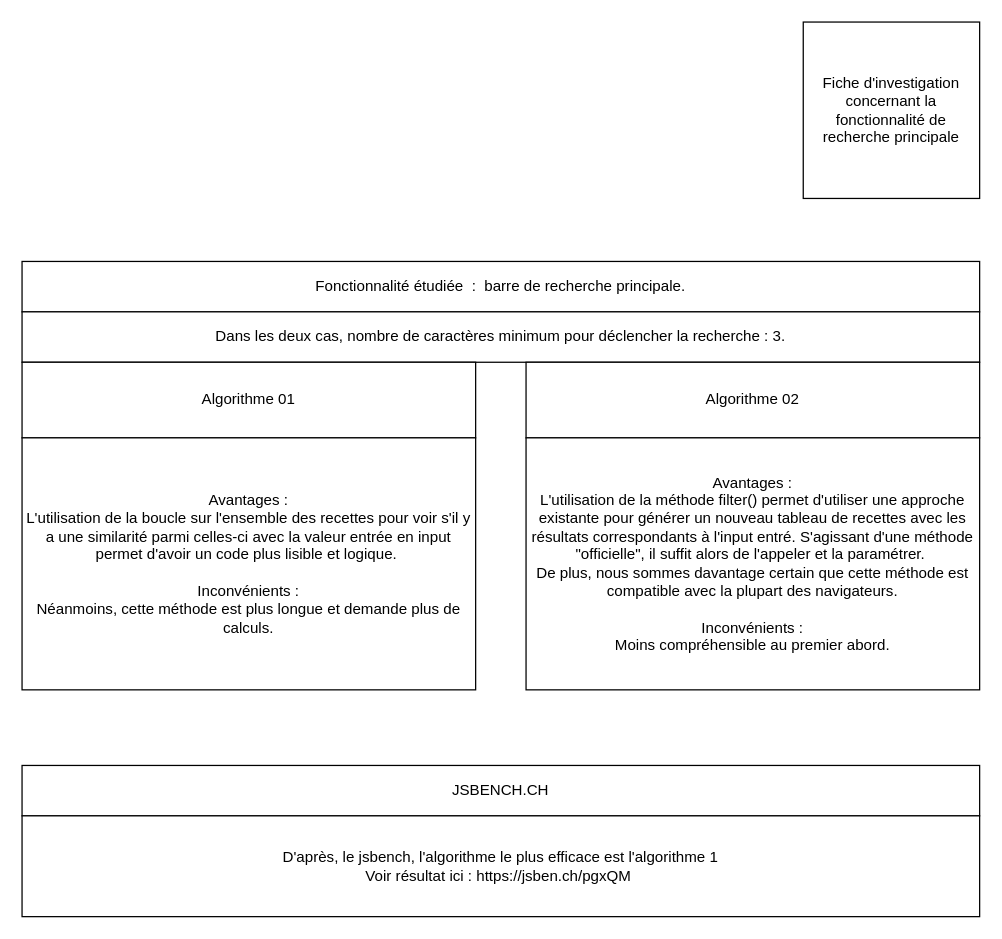
Above: page "Page-3" (3 of 3) of LesPetitsPlats_Algos.drawio in Adv13/LesPetitsPlats-Website (draw.io), before the change. Source tidied: cells renumbered, new cells numbered last; positions are measured from the earlier drawing's top-left corner, leaving out a move shared by most shapes. Both pictures are drawn from the tidied source at 126%, with x=0, y=0 at pixel (21, 21).
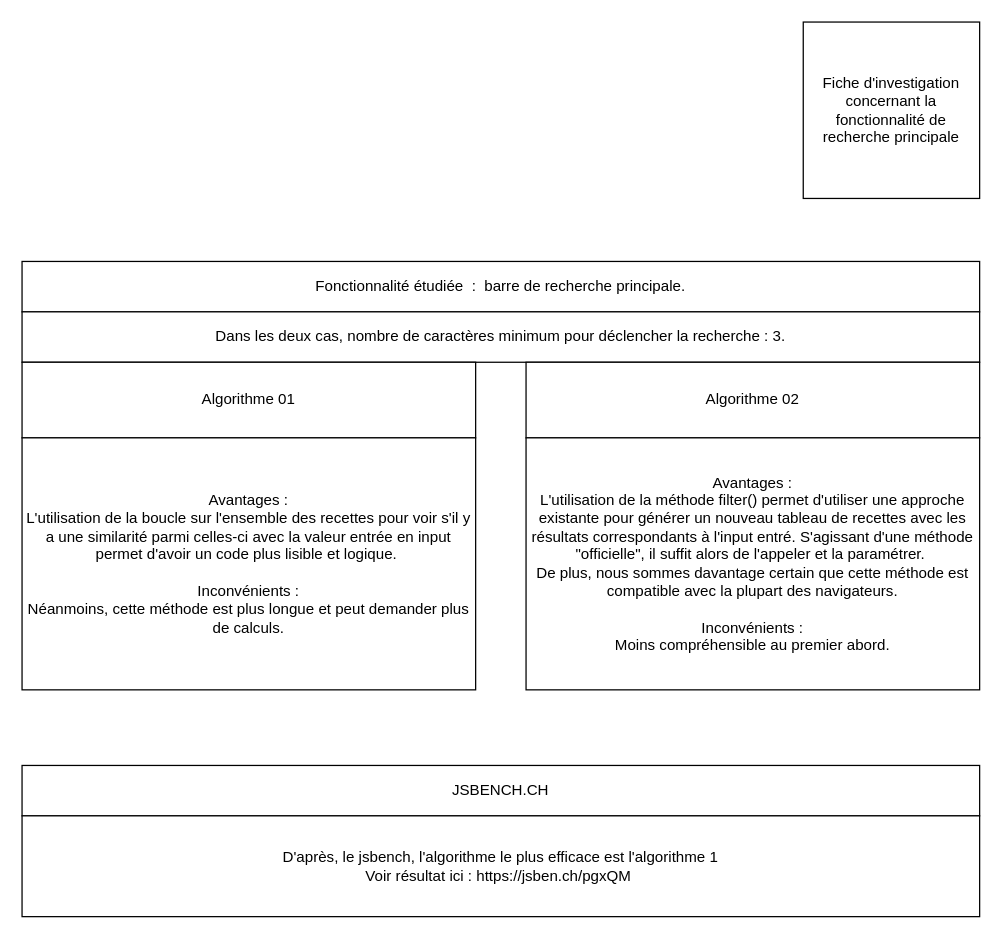
The same diagram, later.

The edit, as a diff of the source:
```diff
@@
 <mxGraphModel>
   <root>
     <mxCell id="0" />
     <mxCell id="1" parent="0" />
     <mxCell id="2" value="Fiche d'investigation concernant la fonctionnalité de recherche principale" style="whiteSpace=wrap;html=1;" parent="1" vertex="1">
       <mxGeometry x="620" width="140" height="140" as="geometry" />
     </mxCell>
     <mxCell id="3" value="Fonctionnalité étudiée&amp;nbsp; :&amp;nbsp; barre de recherche principale." style="rounded=0;whiteSpace=wrap;html=1;" parent="1" vertex="1">
       <mxGeometry y="190" width="760" height="40" as="geometry" />
     </mxCell>
     <mxCell id="4" value="Dans les deux cas, nombre de caractères minimum pour déclencher la recherche : 3." style="rounded=0;whiteSpace=wrap;html=1;" parent="1" vertex="1">
       <mxGeometry y="230" width="760" height="40" as="geometry" />
     </mxCell>
     <mxCell id="5" value="Algorithme 01" style="rounded=0;whiteSpace=wrap;html=1;" parent="1" vertex="1">
       <mxGeometry y="270" width="360" height="60" as="geometry" />
     </mxCell>
     <mxCell id="6" value="&lt;span&gt;Algorithme 02&lt;/span&gt;" style="rounded=0;whiteSpace=wrap;html=1;" parent="1" vertex="1">
       <mxGeometry x="400" y="270" width="360" height="60" as="geometry" />
     </mxCell>
-    <mxCell id="7" value="Avantages :&lt;br&gt;L'utilisation de la boucle sur l'ensemble des recettes pour voir s'il y a une similarité parmi celles-ci avec la valeur entrée en input permet d'avoir un code plus lisible et logique.&amp;nbsp;&lt;br&gt;&lt;br&gt;Inconvénients :&lt;br&gt;Néanmoins, cette méthode est plus longue et demande plus de calculs." style="rounded=0;whiteSpace=wrap;html=1;" parent="1" vertex="1">
+    <mxCell id="7" value="Avantages :&lt;br&gt;L'utilisation de la boucle sur l'ensemble des recettes pour voir s'il y a une similarité parmi celles-ci avec la valeur entrée en input permet d'avoir un code plus lisible et logique.&amp;nbsp;&lt;br&gt;&lt;br&gt;Inconvénients :&lt;br&gt;Néanmoins, cette méthode est plus longue et peut demander plus de calculs." style="rounded=0;whiteSpace=wrap;html=1;" parent="1" vertex="1">
       <mxGeometry y="330" width="360" height="200" as="geometry" />
     </mxCell>
     <mxCell id="8" value="Avantages :&lt;br&gt;L'utilisation de la méthode filter() permet d'utiliser une approche existante pour générer un nouveau tableau de recettes avec les résultats correspondants à l'input entré. S'agissant d'une méthode &quot;officielle&quot;, il suffit alors de l'appeler et la paramétrer.&amp;nbsp;&lt;br&gt;De plus, nous sommes davantage certain que cette méthode est compatible avec la plupart des navigateurs.&lt;br&gt;&lt;br&gt;Inconvénients :&lt;br&gt;Moins compréhensible au premier abord." style="rounded=0;whiteSpace=wrap;html=1;" parent="1" vertex="1">
       <mxGeometry x="400" y="330" width="360" height="200" as="geometry" />
     </mxCell>
     <mxCell id="9" value="JSBENCH.CH" style="rounded=0;whiteSpace=wrap;html=1;" parent="1" vertex="1">
       <mxGeometry y="590" width="760" height="40" as="geometry" />
     </mxCell>
     <mxCell id="10" value="D'après, le jsbench, l'algorithme le plus efficace est l'algorithme 1&lt;br&gt;Voir résultat ici :&amp;nbsp;https://jsben.ch/pgxQM&amp;nbsp;" style="rounded=0;whiteSpace=wrap;html=1;" parent="1" vertex="1">
       <mxGeometry y="630" width="760" height="80" as="geometry" />
     </mxCell>
   </root>
 </mxGraphModel>
```
